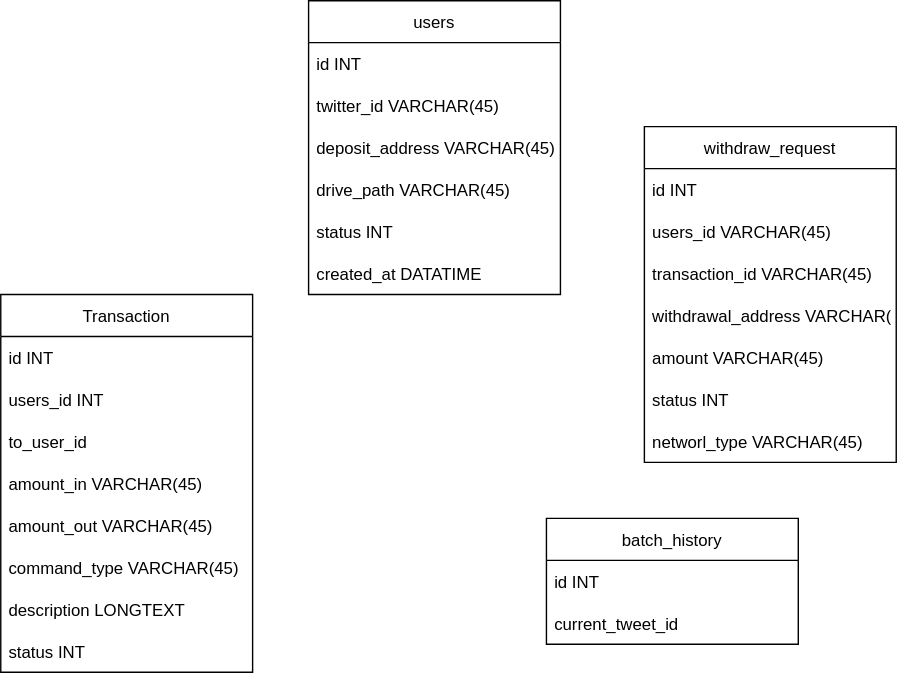
Earlier version of the draw.io export document/draft1.drawio.svg (fujiwaraizuho/tipjpyc). Source tidied: cells renumbered, new cells last; positions are measured from the earlier drawing's top-left corner, leaving out a move shared by most shapes.
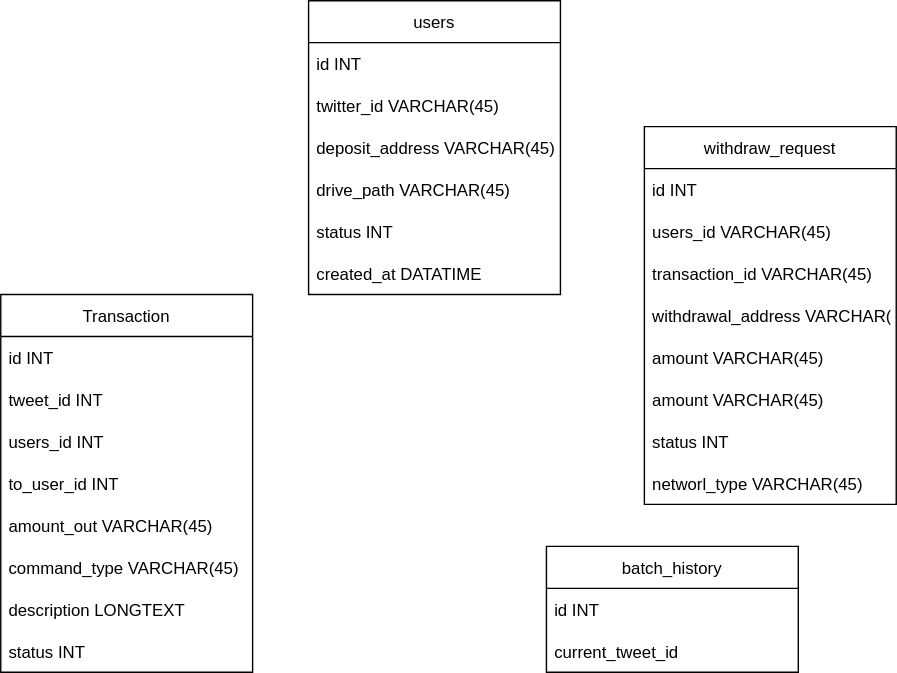
Above is the later version.

What changed in the source:
```diff
@@ -8,15 +8,15 @@
     <mxCell id="3" value="id INT" style="text;strokeColor=none;fillColor=none;align=left;verticalAlign=middle;spacingLeft=4;spacingRight=4;overflow=hidden;" parent="2" vertex="1">
       <mxGeometry y="30" width="180" height="30" as="geometry" />
     </mxCell>
+    <mxCell id="6" value="tweet_id INT" style="text;strokeColor=none;fillColor=none;align=left;verticalAlign=middle;spacingLeft=4;spacingRight=4;overflow=hidden;" parent="2" vertex="1">
+      <mxGeometry y="60" width="180" height="30" as="geometry" />
+    </mxCell>
     <mxCell id="4" value="users_id INT" style="text;strokeColor=none;fillColor=none;align=left;verticalAlign=middle;spacingLeft=4;spacingRight=4;overflow=hidden;" parent="2" vertex="1">
-      <mxGeometry y="60" width="180" height="30" as="geometry" />
+      <mxGeometry y="90" width="180" height="30" as="geometry" />
     </mxCell>
-    <mxCell id="5" value="to_user_id" style="text;strokeColor=none;fillColor=none;align=left;verticalAlign=middle;spacingLeft=4;spacingRight=4;overflow=hidden;" parent="2" vertex="1">
-      <mxGeometry y="90" width="180" height="30" as="geometry" />
+    <mxCell id="5" value="to_user_id INT" style="text;strokeColor=none;fillColor=none;align=left;verticalAlign=middle;spacingLeft=4;spacingRight=4;overflow=hidden;" parent="2" vertex="1">
+      <mxGeometry y="120" width="180" height="30" as="geometry" />
     </mxCell>
-    <mxCell id="6" value="amount_in VARCHAR(45)" style="text;strokeColor=none;fillColor=none;align=left;verticalAlign=middle;spacingLeft=4;spacingRight=4;overflow=hidden;" parent="2" vertex="1">
-      <mxGeometry y="120" width="180" height="30" as="geometry" />
-    </mxCell>
     <mxCell id="7" value="amount_out VARCHAR(45)" style="text;strokeColor=none;fillColor=none;align=left;verticalAlign=middle;spacingLeft=4;spacingRight=4;overflow=hidden;" parent="2" vertex="1">
       <mxGeometry y="150" width="180" height="30" as="geometry" />
     </mxCell>
@@ -51,7 +51,7 @@
       <mxGeometry y="180" width="180" height="30" as="geometry" />
     </mxCell>
     <mxCell id="18" value="withdraw_request" style="swimlane;fontStyle=0;horizontal=1;startSize=30;" parent="1" vertex="1">
-      <mxGeometry x="460" y="90" width="180" height="240" as="geometry" />
+      <mxGeometry x="460" y="90" width="180" height="270" as="geometry" />
     </mxCell>
     <mxCell id="19" value="id INT" style="text;strokeColor=none;fillColor=none;align=left;verticalAlign=middle;spacingLeft=4;spacingRight=4;overflow=hidden;" parent="18" vertex="1">
       <mxGeometry y="30" width="180" height="30" as="geometry" />
@@ -68,14 +68,17 @@
     <mxCell id="23" value="amount VARCHAR(45)" style="text;strokeColor=none;fillColor=none;align=left;verticalAlign=middle;spacingLeft=4;spacingRight=4;overflow=hidden;" parent="18" vertex="1">
       <mxGeometry y="150" width="180" height="30" as="geometry" />
     </mxCell>
+    <mxCell id="29" value="amount VARCHAR(45)" style="text;strokeColor=none;fillColor=none;align=left;verticalAlign=middle;spacingLeft=4;spacingRight=4;overflow=hidden;" parent="18" vertex="1">
+      <mxGeometry y="180" width="180" height="30" as="geometry" />
+    </mxCell>
     <mxCell id="24" value="status INT" style="text;strokeColor=none;fillColor=none;align=left;verticalAlign=middle;spacingLeft=4;spacingRight=4;overflow=hidden;" parent="18" vertex="1">
-      <mxGeometry y="180" width="180" height="30" as="geometry" />
+      <mxGeometry y="210" width="180" height="30" as="geometry" />
     </mxCell>
     <mxCell id="25" value="networl_type VARCHAR(45)" style="text;strokeColor=none;fillColor=none;align=left;verticalAlign=middle;spacingLeft=4;spacingRight=4;overflow=hidden;" parent="18" vertex="1">
-      <mxGeometry y="210" width="180" height="30" as="geometry" />
+      <mxGeometry y="240" width="180" height="30" as="geometry" />
     </mxCell>
     <mxCell id="26" value="batch_history" style="swimlane;fontStyle=0;horizontal=1;startSize=30;" parent="1" vertex="1">
-      <mxGeometry x="390" y="370" width="180" height="90" as="geometry" />
+      <mxGeometry x="390" y="390" width="180" height="90" as="geometry" />
     </mxCell>
     <mxCell id="27" value="id INT" style="text;strokeColor=none;fillColor=none;align=left;verticalAlign=middle;spacingLeft=4;spacingRight=4;overflow=hidden;" parent="26" vertex="1">
       <mxGeometry y="30" width="180" height="30" as="geometry" />
```
